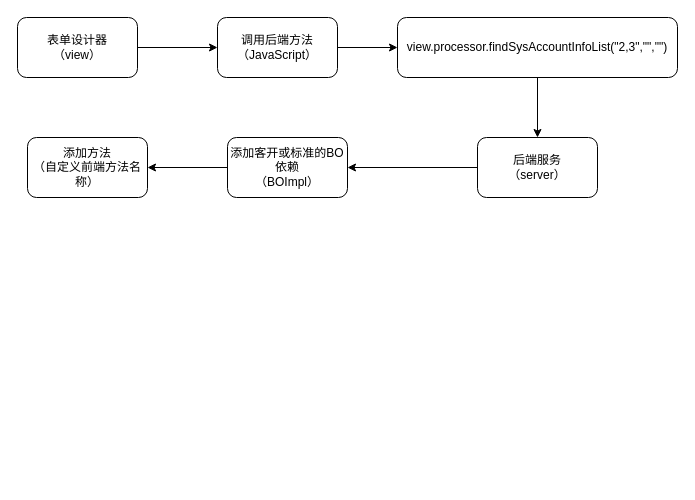
This is viewHigh.drawio from linrushao/drawing, a draw.io file, before an edit. Source tidied: cells renumbered, new cells numbered last; positions are measured from the earlier drawing's top-left corner, leaving out a move shared by most shapes. Both pictures are drawn from the tidied source at 100%, with x=0, y=0 at pixel (17, 17).
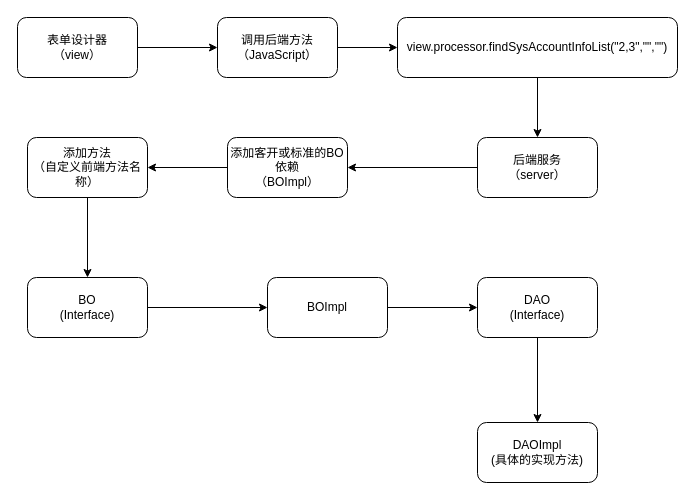
After the change.

Unchanged cells that the change refers to:
```xml
<mxCell id="10" value="添加方法&lt;div&gt;（自定义前端方法名称）&lt;/div&gt;" style="rounded=1;whiteSpace=wrap;html=1;" parent="1" vertex="1">
  <mxGeometry x="10" y="120" width="120" height="60" as="geometry" />
</mxCell>
```

Change to the diagram source:
```diff
@@
+    <mxCell id="13" style="edgeStyle=orthogonalEdgeStyle;rounded=0;jettySize=auto;html=1;exitX=0.5;exitY=1;exitDx=0;exitDy=0;entryX=0.5;entryY=0;entryDx=0;entryDy=0;" parent="1" edge="1" source="10" target="15">
+      <mxGeometry relative="1" as="geometry" />
+    </mxCell>
@@
+    <mxCell id="14" style="edgeStyle=orthogonalEdgeStyle;rounded=0;jettySize=auto;html=1;exitX=1;exitY=0.5;exitDx=0;exitDy=0;entryX=0;entryY=0.5;entryDx=0;entryDy=0;" parent="1" edge="1" source="15" target="17">
+      <mxGeometry relative="1" as="geometry" />
+    </mxCell>
+    <mxCell id="15" value="BO&lt;div&gt;(Interface)&lt;/div&gt;" style="rounded=1;whiteSpace=wrap;html=1;" parent="1" vertex="1">
+      <mxGeometry x="10" y="260" width="120" height="60" as="geometry" />
+    </mxCell>
+    <mxCell id="16" style="edgeStyle=orthogonalEdgeStyle;rounded=0;jettySize=auto;html=1;exitX=1;exitY=0.5;exitDx=0;exitDy=0;entryX=0;entryY=0.5;entryDx=0;entryDy=0;" parent="1" edge="1" source="17" target="19">
+      <mxGeometry relative="1" as="geometry" />
+    </mxCell>
+    <mxCell id="17" value="BOImpl" style="rounded=1;whiteSpace=wrap;html=1;" parent="1" vertex="1">
+      <mxGeometry x="250" y="260" width="120" height="60" as="geometry" />
+    </mxCell>
+    <mxCell id="18" style="edgeStyle=orthogonalEdgeStyle;rounded=0;jettySize=auto;html=1;exitX=0.5;exitY=1;exitDx=0;exitDy=0;entryX=0.5;entryY=0;entryDx=0;entryDy=0;" parent="1" edge="1" source="19" target="20">
+      <mxGeometry relative="1" as="geometry" />
+    </mxCell>
+    <mxCell id="19" value="DAO&lt;br&gt;&lt;div&gt;(Interface)&lt;/div&gt;" style="rounded=1;whiteSpace=wrap;html=1;" parent="1" vertex="1">
+      <mxGeometry x="460" y="260" width="120" height="60" as="geometry" />
+    </mxCell>
+    <mxCell id="20" value="DAOImpl&lt;div&gt;(具体的实现方法)&lt;/div&gt;" style="rounded=1;whiteSpace=wrap;html=1;" parent="1" vertex="1">
+      <mxGeometry x="460" y="405" width="120" height="60" as="geometry" />
+    </mxCell>
```
